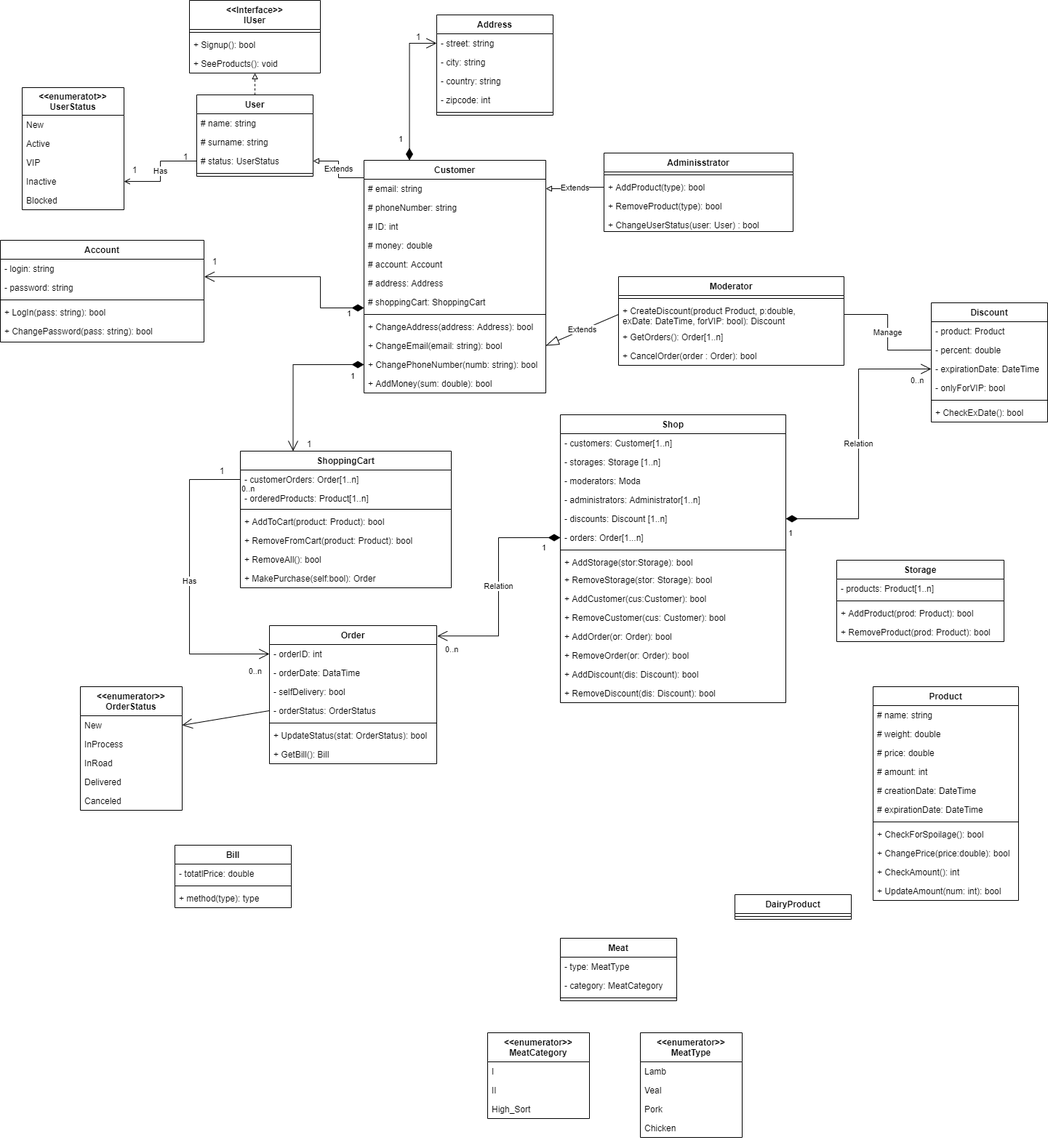
Earlier version of the draw.io export ShopConseptualUML.drawio.png (olh-msk/SigmaTask10). Source tidied: cells renumbered, new cells last; positions are measured from the earlier drawing's top-left corner, leaving out a move shared by most shapes.
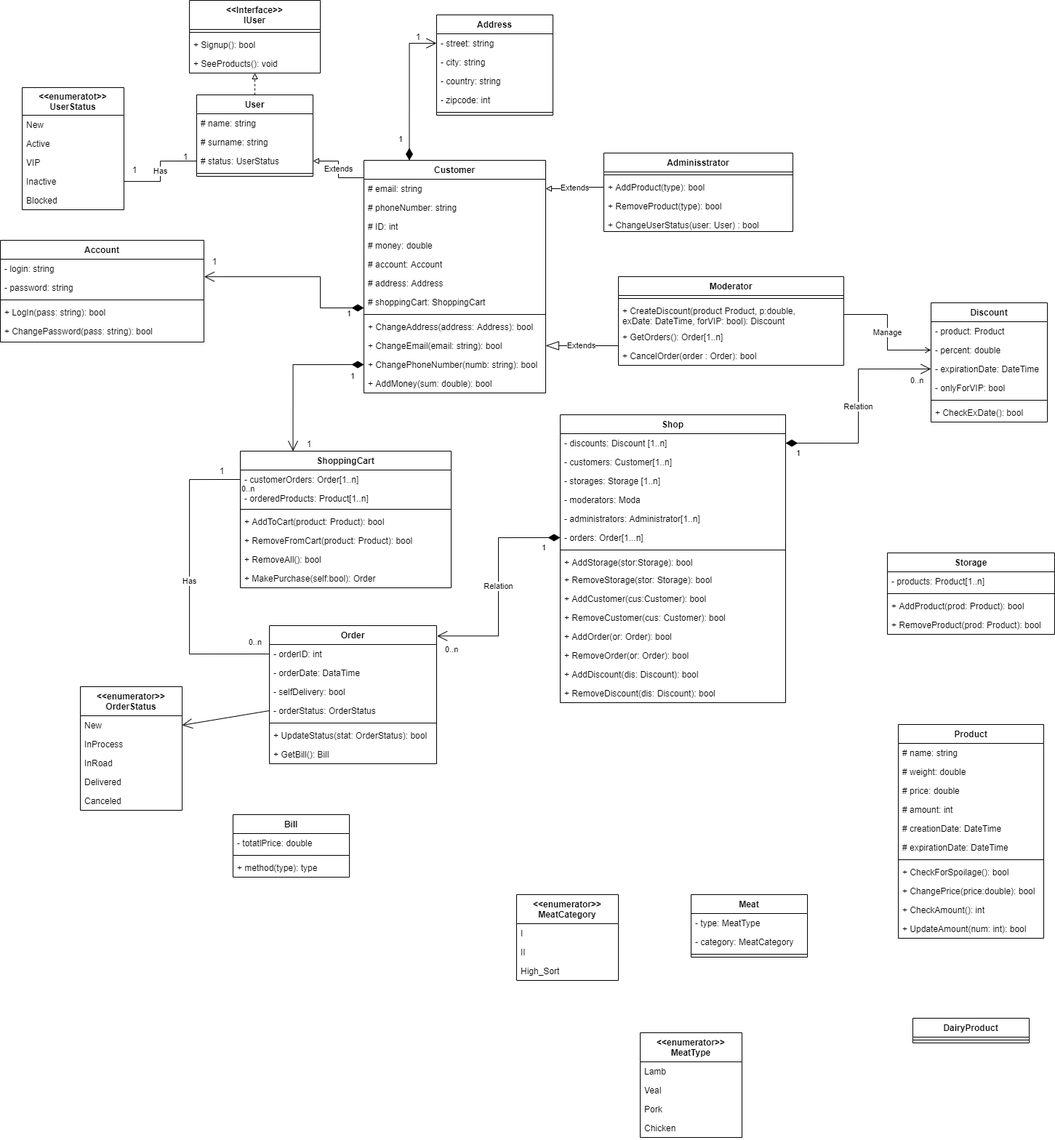
The same file after the commit.

The edit, as a diff of the source:
```diff
@@ -15,7 +15,7 @@
       <mxGeometry y="74" width="180" height="26" as="geometry" />
     </mxCell>
     <mxCell id="6" value="Storage" style="swimlane;fontStyle=1;align=center;verticalAlign=top;horizontal=1;startSize=26;" parent="1" vertex="1">
-      <mxGeometry x="1150" y="770" width="230" height="112" as="geometry" />
+      <mxGeometry x="1220" y="760" width="230" height="112" as="geometry" />
     </mxCell>
     <mxCell id="7" value="- products: Product[1..n]" style="text;strokeColor=none;fillColor=none;align=left;verticalAlign=top;spacingLeft=4;spacingRight=4;overflow=hidden;" parent="6" vertex="1">
       <mxGeometry y="26" width="230" height="26" as="geometry" />
@@ -52,7 +52,7 @@
         </Array>
       </mxGeometry>
     </mxCell>
-    <mxCell id="17" value="Has" style="edgeStyle=orthogonalEdgeStyle;rounded=0;jettySize=auto;html=1;endArrow=open;endFill=0;exitX=0;exitY=0.5;exitDx=0;exitDy=0;" parent="1" edge="1" source="21" target="61">
+    <mxCell id="17" value="Has" style="edgeStyle=orthogonalEdgeStyle;rounded=0;jettySize=auto;html=1;endArrow=none;endFill=0;exitX=0;exitY=0.5;exitDx=0;exitDy=0;" parent="1" edge="1" source="21" target="61">
       <mxGeometry relative="1" as="geometry" />
     </mxCell>
     <mxCell id="18" value="User" style="swimlane;fontStyle=1;align=center;verticalAlign=top;horizontal=1;startSize=26;" parent="1" vertex="1">
@@ -235,7 +235,7 @@
       <mxGeometry x="560" y="45" width="30" height="10" as="geometry" />
     </mxCell>
     <mxCell id="75" value="Product" style="swimlane;fontStyle=1;align=center;verticalAlign=top;horizontal=1;startSize=26;" parent="1" vertex="1">
-      <mxGeometry x="1200" y="944" width="200" height="294" as="geometry" />
+      <mxGeometry x="1235" y="996" width="200" height="294" as="geometry" />
     </mxCell>
     <mxCell id="76" value="# name: string" style="text;strokeColor=none;fillColor=none;align=left;verticalAlign=top;spacingLeft=4;spacingRight=4;overflow=hidden;" parent="75" vertex="1">
       <mxGeometry y="26" width="200" height="26" as="geometry" />
@@ -271,7 +271,7 @@
       <mxGeometry y="268" width="200" height="26" as="geometry" />
     </mxCell>
     <mxCell id="87" value="Bill" style="swimlane;fontStyle=1;align=center;verticalAlign=top;horizontal=1;startSize=26;" parent="1" vertex="1">
-      <mxGeometry x="240" y="1162" width="160" height="86" as="geometry" />
+      <mxGeometry x="320" y="1120" width="160" height="86" as="geometry" />
     </mxCell>
     <mxCell id="88" value="- totatlPrice: double" style="text;strokeColor=none;fillColor=none;align=left;verticalAlign=top;spacingLeft=4;spacingRight=4;overflow=hidden;" parent="87" vertex="1">
       <mxGeometry y="26" width="160" height="26" as="geometry" />
@@ -309,21 +309,21 @@
     <mxCell id="99" value="Shop" style="swimlane;fontStyle=1;align=center;verticalAlign=top;horizontal=1;startSize=26;" parent="1" vertex="1">
       <mxGeometry x="770" y="570" width="310" height="396" as="geometry" />
     </mxCell>
+    <mxCell id="104" value="- discounts: Discount [1..n]" style="text;strokeColor=none;fillColor=none;align=left;verticalAlign=top;spacingLeft=4;spacingRight=4;overflow=hidden;points=[[0,0.5],[1,0.5]];portConstraint=eastwest;" parent="99" vertex="1">
+      <mxGeometry y="26" width="310" height="26" as="geometry" />
+    </mxCell>
     <mxCell id="100" value="- customers: Customer[1..n]" style="text;strokeColor=none;fillColor=none;align=left;verticalAlign=top;spacingLeft=4;spacingRight=4;overflow=hidden;" parent="99" vertex="1">
-      <mxGeometry y="26" width="310" height="26" as="geometry" />
+      <mxGeometry y="52" width="310" height="26" as="geometry" />
     </mxCell>
     <mxCell id="101" value="- storages: Storage [1..n]" style="text;strokeColor=none;fillColor=none;align=left;verticalAlign=top;spacingLeft=4;spacingRight=4;overflow=hidden;" parent="99" vertex="1">
-      <mxGeometry y="52" width="310" height="26" as="geometry" />
+      <mxGeometry y="78" width="310" height="26" as="geometry" />
     </mxCell>
     <mxCell id="102" value="- moderators: Moda" style="text;strokeColor=none;fillColor=none;align=left;verticalAlign=top;spacingLeft=4;spacingRight=4;overflow=hidden;" parent="99" vertex="1">
-      <mxGeometry y="78" width="310" height="26" as="geometry" />
+      <mxGeometry y="104" width="310" height="26" as="geometry" />
     </mxCell>
     <mxCell id="103" value="- administrators: Administrator[1..n]" style="text;strokeColor=none;fillColor=none;align=left;verticalAlign=top;spacingLeft=4;spacingRight=4;overflow=hidden;" parent="99" vertex="1">
-      <mxGeometry y="104" width="310" height="26" as="geometry" />
+      <mxGeometry y="130" width="310" height="26" as="geometry" />
     </mxCell>
-    <mxCell id="104" value="- discounts: Discount [1..n]" style="text;strokeColor=none;fillColor=none;align=left;verticalAlign=top;spacingLeft=4;spacingRight=4;overflow=hidden;points=[[0,0.5],[1,0.5]];portConstraint=eastwest;" parent="99" vertex="1">
-      <mxGeometry y="130" width="310" height="26" as="geometry" />
-    </mxCell>
     <mxCell id="105" value="- orders: Order[1...n]" style="text;strokeColor=none;fillColor=none;align=left;verticalAlign=top;spacingLeft=4;spacingRight=4;overflow=hidden;points=[[0,0.5],[1,0.5]];portConstraint=eastwest;" parent="99" vertex="1">
       <mxGeometry y="156" width="310" height="26" as="geometry" />
     </mxCell>
@@ -354,8 +354,10 @@
     <mxCell id="114" value="+ RemoveDiscount(dis: Discount): bool" style="text;strokeColor=none;fillColor=none;align=left;verticalAlign=top;spacingLeft=4;spacingRight=4;overflow=hidden;" parent="99" vertex="1">
       <mxGeometry y="370" width="310" height="26" as="geometry" />
     </mxCell>
-    <mxCell id="115" value="Extends" style="endArrow=blockThin;endSize=16;endFill=0;html=1;rounded=0;entryX=1;entryY=0.5;entryDx=0;entryDy=0;exitX=0;exitY=0.5;exitDx=0;exitDy=0;" parent="1" edge="1" source="68" target="46">
-      <mxGeometry relative="1" as="geometry" />
+    <mxCell id="115" value="Extends" style="endArrow=blockThin;endSize=16;endFill=0;html=1;rounded=0;entryX=1;entryY=0.5;entryDx=0;entryDy=0;" parent="1" edge="1" target="46">
+      <mxGeometry relative="1" as="geometry">
+        <mxPoint x="850" y="475" as="sourcePoint" />
+      </mxGeometry>
     </mxCell>
     <mxCell id="116" value="Discount" style="swimlane;fontStyle=1;align=center;verticalAlign=top;horizontal=1;startSize=26;" parent="1" vertex="1">
       <mxGeometry x="1280" y="416" width="160" height="164" as="geometry" />
@@ -396,7 +398,7 @@
     <mxCell id="128" value="Canceled" style="text;strokeColor=none;fillColor=none;align=left;verticalAlign=top;spacingLeft=4;spacingRight=4;overflow=hidden;" parent="123" vertex="1">
       <mxGeometry y="144" width="140" height="26" as="geometry" />
     </mxCell>
-    <mxCell id="129" value="Manage" style="endArrow=none;html=1;edgeStyle=orthogonalEdgeStyle;rounded=0;entryX=0;entryY=0.5;entryDx=0;entryDy=0;exitX=1;exitY=0.5;exitDx=0;exitDy=0;" parent="1" edge="1" source="68" target="118">
+    <mxCell id="129" value="Manage" style="endArrow=open;html=1;edgeStyle=orthogonalEdgeStyle;rounded=0;entryX=0;entryY=0.5;entryDx=0;entryDy=0;exitX=1;exitY=0.5;exitDx=0;exitDy=0;endFill=0;strokeWidth=1;" parent="1" edge="1" source="68" target="118">
       <mxGeometry relative="1" as="geometry" />
     </mxCell>
     <mxCell id="130" value="1" style="endArrow=open;html=1;endSize=12;startArrow=diamondThin;startSize=14;startFill=1;edgeStyle=orthogonalEdgeStyle;align=left;verticalAlign=bottom;rounded=0;exitX=0;exitY=0.5;exitDx=0;exitDy=0;entryX=0.25;entryY=0;entryDx=0;entryDy=0;" parent="1" edge="1" source="47" target="49">
@@ -406,7 +408,7 @@
       <mxGeometry x="410" y="605" width="30" height="10" as="geometry" />
     </mxCell>
     <mxCell id="132" value="Meat" style="swimlane;fontStyle=1;align=center;verticalAlign=top;horizontal=1;startSize=26;" parent="1" vertex="1">
-      <mxGeometry x="770" y="1290" width="160" height="86" as="geometry" />
+      <mxGeometry x="950" y="1230" width="160" height="86" as="geometry" />
     </mxCell>
     <mxCell id="133" value="- type: MeatType" style="text;strokeColor=none;fillColor=none;align=left;verticalAlign=top;spacingLeft=4;spacingRight=4;overflow=hidden;" parent="132" vertex="1">
       <mxGeometry y="26" width="160" height="26" as="geometry" />
@@ -418,13 +420,13 @@
       <mxGeometry y="78" width="160" height="8" as="geometry" />
     </mxCell>
     <mxCell id="136" value="DairyProduct" style="swimlane;fontStyle=1;align=center;verticalAlign=top;horizontal=1;startSize=26;" parent="1" vertex="1">
-      <mxGeometry x="1010" y="1230" width="160" height="34" as="geometry" />
+      <mxGeometry x="1255" y="1400" width="160" height="34" as="geometry" />
     </mxCell>
     <mxCell id="137" style="line;strokeWidth=1;fillColor=none;align=left;verticalAlign=middle;spacingTop=-1;spacingLeft=3;spacingRight=3;labelPosition=right;" parent="136" vertex="1">
       <mxGeometry y="26" width="160" height="8" as="geometry" />
     </mxCell>
     <mxCell id="138" value="&lt;&lt;enumerator&gt;&gt;&#10;MeatCategory" style="swimlane;fontStyle=1;horizontal=1;startSize=40;fillColor=none;" parent="1" vertex="1">
-      <mxGeometry x="670" y="1420" width="140" height="118" as="geometry" />
+      <mxGeometry x="710" y="1230" width="140" height="118" as="geometry" />
     </mxCell>
     <mxCell id="139" value="I" style="text;strokeColor=none;fillColor=none;align=left;verticalAlign=top;spacingLeft=4;spacingRight=4;overflow=hidden;" parent="138" vertex="1">
       <mxGeometry y="40" width="140" height="26" as="geometry" />
@@ -450,7 +452,7 @@
     <mxCell id="146" value="Chicken" style="text;strokeColor=none;fillColor=none;align=left;verticalAlign=top;spacingLeft=4;spacingRight=4;overflow=hidden;" parent="142" vertex="1">
       <mxGeometry y="118" width="140" height="26" as="geometry" />
     </mxCell>
-    <mxCell id="147" value="Has" style="endArrow=open;html=1;endSize=12;startArrow=none;startSize=14;startFill=0;edgeStyle=orthogonalEdgeStyle;rounded=0;entryX=0;entryY=0.5;entryDx=0;entryDy=0;exitX=0;exitY=0.5;exitDx=0;exitDy=0;" parent="1" edge="1" source="50" target="92">
+    <mxCell id="147" value="Has" style="endArrow=none;html=1;endSize=12;startArrow=none;startSize=14;startFill=0;edgeStyle=orthogonalEdgeStyle;rounded=0;entryX=0;entryY=0.5;entryDx=0;entryDy=0;exitX=0;exitY=0.5;exitDx=0;exitDy=0;endFill=0;" parent="1" edge="1" source="50" target="92">
       <mxGeometry relative="1" as="geometry">
         <Array as="points">
           <mxPoint x="260" y="659" />
@@ -463,7 +465,7 @@
     </mxCell>
     <mxCell id="149" value="0..n" style="edgeLabel;html=1;align=right;verticalAlign=top;" parent="147" vertex="1">
       <mxGeometry x="1" relative="1" as="geometry">
-        <mxPoint x="-10" y="11" as="offset" />
+        <mxPoint x="-10" y="-29" as="offset" />
       </mxGeometry>
     </mxCell>
     <mxCell id="150" value="1" style="text;html=1;strokeColor=none;fillColor=none;align=center;verticalAlign=middle;whiteSpace=wrap;rounded=0;" parent="1" vertex="1">
@@ -490,12 +492,12 @@
     </mxCell>
     <mxCell id="156" value="0..n" style="edgeLabel;html=1;align=left;verticalAlign=top;" parent="155" vertex="1">
       <mxGeometry x="-1" relative="1" as="geometry">
-        <mxPoint x="170" y="-203" as="offset" />
+        <mxPoint x="170" y="-99" as="offset" />
       </mxGeometry>
     </mxCell>
     <mxCell id="157" value="1" style="edgeLabel;html=1;align=right;verticalAlign=top;" parent="155" vertex="1">
       <mxGeometry x="1" relative="1" as="geometry">
-        <mxPoint x="-190" y="213" as="offset" />
+        <mxPoint x="-180" y="103" as="offset" />
       </mxGeometry>
     </mxCell>
   </root>
```
